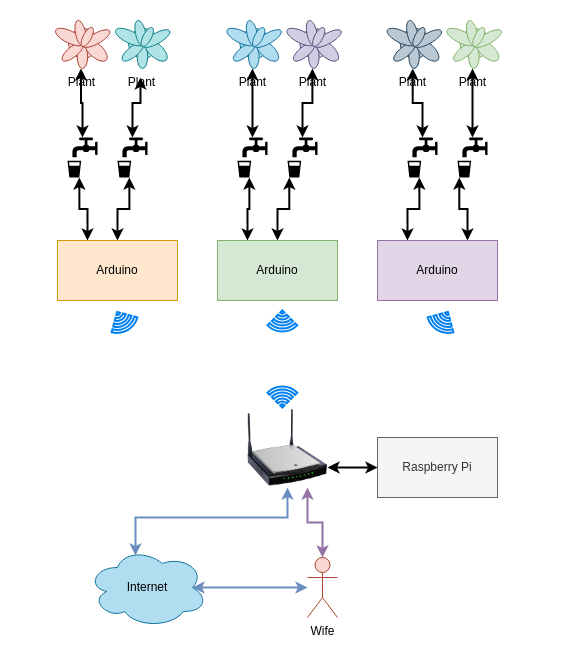
This is Misc/diagrams/diagram.drawio from marcosolina/watering_can, a draw.io file, before an edit. Source tidied: cells renumbered, new cells numbered last; positions are measured from the earlier drawing's top-left corner, leaving out a move shared by most shapes. Both pictures are drawn from the tidied source at 100%, with x=0, y=0 at pixel (57, 17).
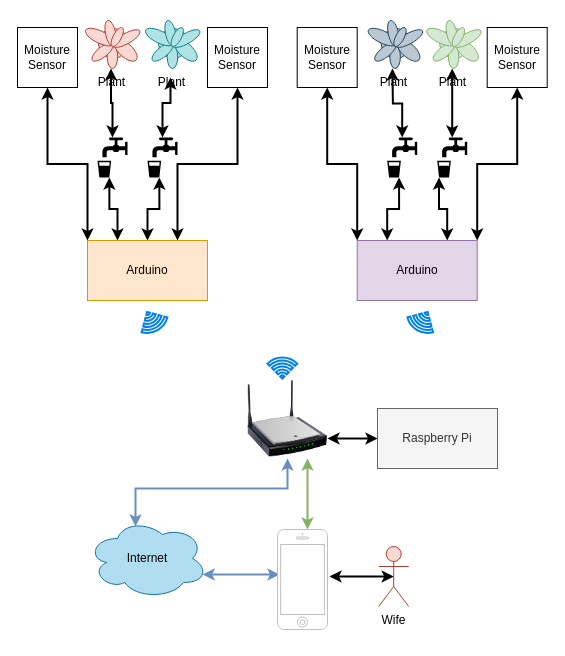
After the change.

The edit, as a diff of the source:
```diff
@@
     <mxCell id="2" value="Raspberry Pi" style="rounded=0;whiteSpace=wrap;html=1;fillColor=#f5f5f5;strokeColor=#666666;fontColor=#333333;" parent="1" vertex="1">
-      <mxGeometry x="320" y="420" width="120" height="60" as="geometry" />
+      <mxGeometry x="320" y="391" width="120" height="60" as="geometry" />
     </mxCell>
@@
+    <mxCell id="41" style="edgeStyle=orthogonalEdgeStyle;rounded=0;jettySize=auto;html=1;exitX=0.75;exitY=0;exitDx=0;exitDy=0;entryX=0.5;entryY=1;entryDx=0;entryDy=0;startArrow=classic;startFill=1;strokeWidth=2;" parent="1" edge="1" source="5" target="47">
+      <mxGeometry relative="1" as="geometry" />
+    </mxCell>
     <mxCell id="5" value="Arduino" style="rounded=0;whiteSpace=wrap;html=1;fillColor=#ffe6cc;strokeColor=#d79b00;" parent="1" vertex="1">
-      <mxGeometry y="223" width="120" height="60" as="geometry" />
+      <mxGeometry x="30" y="223" width="120" height="60" as="geometry" />
     </mxCell>
-    <mxCell id="6" style="edgeStyle=orthogonalEdgeStyle;rounded=0;jettySize=auto;html=1;exitX=0.25;exitY=0;exitDx=0;exitDy=0;entryX=0.395;entryY=1;entryDx=0;entryDy=0;entryPerimeter=0;startArrow=classic;startFill=1;strokeWidth=2;" parent="1" edge="1" source="8" target="23">
-      <mxGeometry relative="1" as="geometry" />
-    </mxCell>
-    <mxCell id="7" style="edgeStyle=orthogonalEdgeStyle;rounded=0;jettySize=auto;html=1;exitX=0.5;exitY=0;exitDx=0;exitDy=0;entryX=0.06;entryY=1;entryDx=0;entryDy=0;entryPerimeter=0;startArrow=classic;startFill=1;strokeWidth=2;" parent="1" edge="1" source="8" target="21">
-      <mxGeometry relative="1" as="geometry" />
-    </mxCell>
-    <mxCell id="8" value="Arduino" style="rounded=0;whiteSpace=wrap;html=1;fillColor=#d5e8d4;strokeColor=#82b366;" parent="1" vertex="1">
-      <mxGeometry x="160" y="223" width="120" height="60" as="geometry" />
-    </mxCell>
@@
+    <mxCell id="42" style="edgeStyle=orthogonalEdgeStyle;rounded=0;jettySize=auto;html=1;exitX=0;exitY=0;exitDx=0;exitDy=0;entryX=0.5;entryY=1;entryDx=0;entryDy=0;startArrow=classic;startFill=1;strokeWidth=2;" parent="1" edge="1" source="11" target="50">
+      <mxGeometry relative="1" as="geometry" />
+    </mxCell>
+    <mxCell id="43" style="edgeStyle=orthogonalEdgeStyle;rounded=0;jettySize=auto;html=1;exitX=1;exitY=0;exitDx=0;exitDy=0;entryX=0.5;entryY=1;entryDx=0;entryDy=0;startArrow=classic;startFill=1;strokeWidth=2;" parent="1" edge="1" source="11" target="51">
+      <mxGeometry relative="1" as="geometry" />
+    </mxCell>
     <mxCell id="11" value="Arduino" style="rounded=0;whiteSpace=wrap;html=1;fillColor=#e1d5e7;strokeColor=#9673a6;" parent="1" vertex="1">
-      <mxGeometry x="320" y="223" width="120" height="60" as="geometry" />
+      <mxGeometry x="299.7" y="223" width="120" height="60" as="geometry" />
     </mxCell>
-    <mxCell id="12" style="edgeStyle=orthogonalEdgeStyle;rounded=0;jettySize=auto;html=1;exitX=0.5;exitY=0;exitDx=0;exitDy=0;exitPerimeter=0;startArrow=classic;startFill=1;strokeWidth=2;" parent="1" edge="1" source="13" target="39">
-      <mxGeometry relative="1" as="geometry" />
+    <mxCell id="12" style="edgeStyle=orthogonalEdgeStyle;rounded=0;jettySize=auto;html=1;exitX=0.5;exitY=0;exitDx=0;exitDy=0;exitPerimeter=0;startArrow=classic;startFill=1;strokeWidth=2;" parent="1" edge="1" source="13">
+      <mxGeometry relative="1" as="geometry">
+        <mxPoint x="334.9" y="51" as="targetPoint" />
+      </mxGeometry>
     </mxCell>
     <mxCell id="13" style="shape=mxgraph.signs.food.drinking_water_2;html=1;fillColor=#000000;strokeColor=none;verticalLabelPosition=bottom;verticalAlign=top;align=center;" parent="1" vertex="1">
-      <mxGeometry x="350" y="120" width="30" height="40" as="geometry" />
+      <mxGeometry x="329.7" y="120" width="30" height="40" as="geometry" />
     </mxCell>
-    <mxCell id="14" style="edgeStyle=orthogonalEdgeStyle;rounded=0;jettySize=auto;html=1;exitX=0.5;exitY=0;exitDx=0;exitDy=0;exitPerimeter=0;startArrow=classic;startFill=1;strokeWidth=2;" parent="1" edge="1" source="15" target="40">
-      <mxGeometry relative="1" as="geometry" />
+    <mxCell id="14" style="edgeStyle=orthogonalEdgeStyle;rounded=0;jettySize=auto;html=1;exitX=0.5;exitY=0;exitDx=0;exitDy=0;exitPerimeter=0;startArrow=classic;startFill=1;strokeWidth=2;" parent="1" edge="1" source="15">
+      <mxGeometry relative="1" as="geometry">
+        <mxPoint x="394.7" y="51" as="targetPoint" />
+      </mxGeometry>
     </mxCell>
     <mxCell id="15" style="shape=mxgraph.signs.food.drinking_water_2;html=1;fillColor=#000000;strokeColor=none;verticalLabelPosition=bottom;verticalAlign=top;align=center;" parent="1" vertex="1">
-      <mxGeometry x="400" y="120" width="30" height="40" as="geometry" />
+      <mxGeometry x="379.7" y="120" width="30" height="40" as="geometry" />
     </mxCell>
@@
     <mxCell id="17" style="shape=mxgraph.signs.food.drinking_water_2;html=1;fillColor=#000000;strokeColor=none;verticalLabelPosition=bottom;verticalAlign=top;align=center;" parent="1" vertex="1">
-      <mxGeometry x="10" y="120" width="30" height="40" as="geometry" />
+      <mxGeometry x="40" y="120" width="30" height="40" as="geometry" />
     </mxCell>
@@
     <mxCell id="19" style="shape=mxgraph.signs.food.drinking_water_2;html=1;fillColor=#000000;strokeColor=none;verticalLabelPosition=bottom;verticalAlign=top;align=center;" parent="1" vertex="1">
-      <mxGeometry x="60" y="120" width="30" height="40" as="geometry" />
+      <mxGeometry x="90" y="120" width="30" height="40" as="geometry" />
     </mxCell>
-    <mxCell id="20" style="edgeStyle=orthogonalEdgeStyle;rounded=0;jettySize=auto;html=1;exitX=0.5;exitY=0;exitDx=0;exitDy=0;exitPerimeter=0;startArrow=classic;startFill=1;strokeWidth=2;" parent="1" edge="1" source="21" target="38">
-      <mxGeometry relative="1" as="geometry" />
-    </mxCell>
-    <mxCell id="21" style="shape=mxgraph.signs.food.drinking_water_2;html=1;fillColor=#000000;strokeColor=none;verticalLabelPosition=bottom;verticalAlign=top;align=center;" parent="1" vertex="1">
-      <mxGeometry x="230" y="120" width="30" height="40" as="geometry" />
-    </mxCell>
-    <mxCell id="22" style="edgeStyle=orthogonalEdgeStyle;rounded=0;jettySize=auto;html=1;exitX=0.5;exitY=0;exitDx=0;exitDy=0;exitPerimeter=0;startArrow=classic;startFill=1;strokeWidth=2;" parent="1" edge="1" source="23" target="37">
-      <mxGeometry relative="1" as="geometry" />
-    </mxCell>
-    <mxCell id="23" style="shape=mxgraph.signs.food.drinking_water_2;html=1;fillColor=#000000;strokeColor=none;verticalLabelPosition=bottom;verticalAlign=top;align=center;" parent="1" vertex="1">
-      <mxGeometry x="180" y="120" width="30" height="40" as="geometry" />
-    </mxCell>
     <mxCell id="24" style="html=1;verticalLabelPosition=bottom;align=center;labelBackgroundColor=#ffffff;verticalAlign=top;strokeWidth=2;strokeColor=#0080F0;shadow=0;dashed=0;shape=mxgraph.ios7.icons.wifi;rotation=-210;" parent="1" vertex="1">
-      <mxGeometry x="50" y="293" width="29.7" height="21" as="geometry" />
+      <mxGeometry x="80" y="293" width="29.7" height="21" as="geometry" />
     </mxCell>
-    <mxCell id="25" style="html=1;verticalLabelPosition=bottom;align=center;labelBackgroundColor=#ffffff;verticalAlign=top;strokeWidth=2;strokeColor=#0080F0;shadow=0;dashed=0;shape=mxgraph.ios7.icons.wifi;rotation=-180;" parent="1" vertex="1">
-      <mxGeometry x="210" y="293" width="29.7" height="21" as="geometry" />
-    </mxCell>
     <mxCell id="26" style="html=1;verticalLabelPosition=bottom;align=center;labelBackgroundColor=#ffffff;verticalAlign=top;strokeWidth=2;strokeColor=#0080F0;shadow=0;dashed=0;shape=mxgraph.ios7.icons.wifi;rotation=-150;" parent="1" vertex="1">
-      <mxGeometry x="370.3" y="293" width="29.7" height="21" as="geometry" />
+      <mxGeometry x="350" y="293" width="29.7" height="21" as="geometry" />
     </mxCell>
     <mxCell id="27" style="html=1;verticalLabelPosition=bottom;align=center;labelBackgroundColor=#ffffff;verticalAlign=top;strokeWidth=2;strokeColor=#0080F0;shadow=0;dashed=0;shape=mxgraph.ios7.icons.wifi;rotation=0;" parent="1" vertex="1">
-      <mxGeometry x="210" y="369" width="29.7" height="21" as="geometry" />
+      <mxGeometry x="210" y="340" width="29.7" height="21" as="geometry" />
     </mxCell>
-    <mxCell id="28" style="edgeStyle=orthogonalEdgeStyle;rounded=0;jettySize=auto;html=1;exitX=0.875;exitY=0.5;exitDx=0;exitDy=0;exitPerimeter=0;startArrow=classic;startFill=1;strokeWidth=2;fillColor=#dae8fc;strokeColor=#6c8ebf;" parent="1" edge="1" source="29" target="34">
-      <mxGeometry relative="1" as="geometry" />
-    </mxCell>
+    <mxCell id="44" style="edgeStyle=orthogonalEdgeStyle;rounded=0;jettySize=auto;html=1;exitX=0.96;exitY=0.7;exitDx=0;exitDy=0;exitPerimeter=0;entryX=0.04;entryY=0.45;entryDx=0;entryDy=0;entryPerimeter=0;startArrow=classic;startFill=1;strokeWidth=2;fillColor=#dae8fc;strokeColor=#6c8ebf;" parent="1" edge="1" source="29" target="52">
+      <mxGeometry relative="1" as="geometry" />
+    </mxCell>
     <mxCell id="29" value="Internet" style="ellipse;shape=cloud;whiteSpace=wrap;html=1;fillColor=#b1ddf0;strokeColor=#10739e;" parent="1" vertex="1">
-      <mxGeometry x="30" y="530" width="120" height="80" as="geometry" />
+      <mxGeometry x="30" y="501" width="120" height="80" as="geometry" />
     </mxCell>
@@
+    <mxCell id="45" style="edgeStyle=orthogonalEdgeStyle;rounded=0;jettySize=auto;html=1;exitX=0.75;exitY=1;exitDx=0;exitDy=0;entryX=0.6;entryY=0;entryDx=0;entryDy=0;entryPerimeter=0;startArrow=classic;startFill=1;strokeWidth=2;fillColor=#d5e8d4;strokeColor=#82b366;" parent="1" edge="1" source="32" target="52">
+      <mxGeometry relative="1" as="geometry" />
+    </mxCell>
     <mxCell id="32" style="image;html=1;image=img/lib/clip_art/networking/Wireless_Router_N_128x128.png;" parent="1" vertex="1">
-      <mxGeometry x="190" y="390" width="80" height="80" as="geometry" />
+      <mxGeometry x="190" y="361" width="80" height="80" as="geometry" />
     </mxCell>
-    <mxCell id="33" style="edgeStyle=orthogonalEdgeStyle;rounded=0;jettySize=auto;html=1;exitX=0.5;exitY=0;exitDx=0;exitDy=0;exitPerimeter=0;entryX=0.75;entryY=1;entryDx=0;entryDy=0;startArrow=classic;startFill=1;strokeWidth=2;fillColor=#e1d5e7;strokeColor=#9673a6;" parent="1" edge="1" source="34" target="32">
-      <mxGeometry relative="1" as="geometry" />
-    </mxCell>
+    <mxCell id="46" style="edgeStyle=orthogonalEdgeStyle;rounded=0;jettySize=auto;html=1;exitX=0.5;exitY=0.5;exitDx=0;exitDy=0;exitPerimeter=0;entryX=1.04;entryY=0.47;entryDx=0;entryDy=0;entryPerimeter=0;startArrow=classic;startFill=1;strokeWidth=2;" parent="1" edge="1" source="34" target="52">
+      <mxGeometry relative="1" as="geometry" />
+    </mxCell>
     <mxCell id="34" value="Wife" style="shape=umlActor;verticalLabelPosition=bottom;verticalAlign=top;html=1;outlineConnect=0;fillColor=#fad9d5;strokeColor=#ae4132;" parent="1" vertex="1">
-      <mxGeometry x="250" y="540" width="30" height="60" as="geometry" />
+      <mxGeometry x="321.2" y="529" width="30" height="60" as="geometry" />
     </mxCell>
     <mxCell id="35" value="Plant" style="verticalLabelPosition=bottom;html=1;verticalAlign=top;align=center;shape=mxgraph.floorplan.plant;fillColor=#fad9d5;strokeColor=#ae4132;" parent="1" vertex="1">
-      <mxGeometry width="47" height="51" as="geometry" />
+      <mxGeometry x="30" width="47" height="51" as="geometry" />
     </mxCell>
     <mxCell id="36" value="Plant" style="verticalLabelPosition=bottom;html=1;verticalAlign=top;align=center;shape=mxgraph.floorplan.plant;fillColor=#b0e3e6;strokeColor=#0e8088;" parent="1" vertex="1">
-      <mxGeometry x="60" width="47" height="51" as="geometry" />
+      <mxGeometry x="90" width="47" height="51" as="geometry" />
     </mxCell>
-    <mxCell id="37" value="Plant" style="verticalLabelPosition=bottom;html=1;verticalAlign=top;align=center;shape=mxgraph.floorplan.plant;fillColor=#b1ddf0;strokeColor=#10739e;" parent="1" vertex="1">
-      <mxGeometry x="171.4" width="47" height="51" as="geometry" />
-    </mxCell>
-    <mxCell id="38" value="Plant" style="verticalLabelPosition=bottom;html=1;verticalAlign=top;align=center;shape=mxgraph.floorplan.plant;fillColor=#d0cee2;strokeColor=#56517e;" parent="1" vertex="1">
-      <mxGeometry x="231.4" width="47" height="51" as="geometry" />
-    </mxCell>
     <mxCell id="39" value="Plant" style="verticalLabelPosition=bottom;html=1;verticalAlign=top;align=center;shape=mxgraph.floorplan.plant;fillColor=#bac8d3;strokeColor=#23445d;" parent="1" vertex="1">
-      <mxGeometry x="331.7" width="47" height="51" as="geometry" />
+      <mxGeometry x="312.7" width="47" height="51" as="geometry" />
     </mxCell>
     <mxCell id="40" value="Plant" style="verticalLabelPosition=bottom;html=1;verticalAlign=top;align=center;shape=mxgraph.floorplan.plant;fillColor=#d5e8d4;strokeColor=#82b366;" parent="1" vertex="1">
-      <mxGeometry x="391.5" width="47" height="51" as="geometry" />
+      <mxGeometry x="371.2" width="47" height="51" as="geometry" />
     </mxCell>
+    <mxCell id="47" value="Moisture&lt;br&gt;Sensor" style="rounded=0;whiteSpace=wrap;html=1;" parent="1" vertex="1">
+      <mxGeometry x="150" y="10" width="60" height="60" as="geometry" />
+    </mxCell>
+    <mxCell id="48" style="edgeStyle=orthogonalEdgeStyle;rounded=0;jettySize=auto;html=1;exitX=0.5;exitY=1;exitDx=0;exitDy=0;entryX=0;entryY=0;entryDx=0;entryDy=0;startArrow=classic;startFill=1;strokeWidth=2;" parent="1" edge="1" source="49" target="5">
+      <mxGeometry relative="1" as="geometry" />
+    </mxCell>
+    <mxCell id="49" value="Moisture&lt;br&gt;Sensor" style="rounded=0;whiteSpace=wrap;html=1;" parent="1" vertex="1">
+      <mxGeometry x="-40" y="10" width="60" height="60" as="geometry" />
+    </mxCell>
+    <mxCell id="50" value="Moisture&lt;br&gt;Sensor" style="rounded=0;whiteSpace=wrap;html=1;" parent="1" vertex="1">
+      <mxGeometry x="239.7" y="10" width="60" height="60" as="geometry" />
+    </mxCell>
+    <mxCell id="51" value="Moisture&lt;br&gt;Sensor" style="rounded=0;whiteSpace=wrap;html=1;" parent="1" vertex="1">
+      <mxGeometry x="429.7" y="10" width="60" height="60" as="geometry" />
+    </mxCell>
+    <mxCell id="52" style="html=1;verticalLabelPosition=bottom;labelBackgroundColor=#ffffff;verticalAlign=top;shadow=0;dashed=0;strokeWidth=1;shape=mxgraph.ios7.misc.iphone;strokeColor=#c0c0c0;" parent="1" vertex="1">
+      <mxGeometry x="220" y="512" width="50" height="100" as="geometry" />
+    </mxCell>
```
